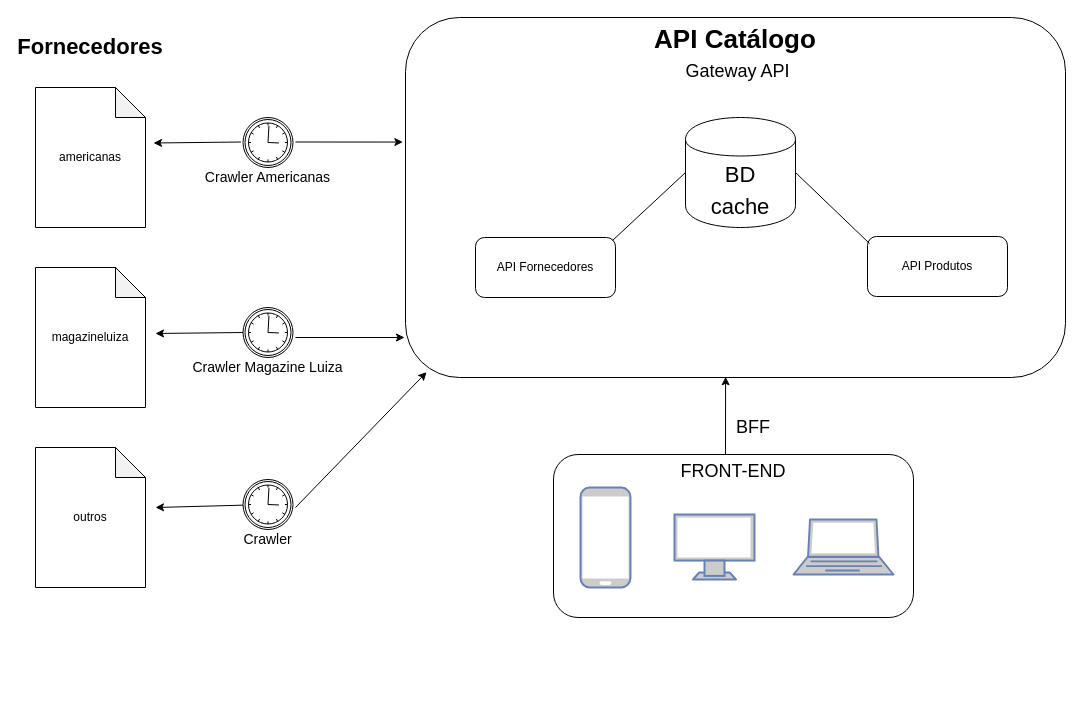
Earlier version of the draw.io diagram page "API Catálogo" (2 of 3) of doc/sistema-drop-shipping-com-gateway.drawio (caiosduarte/aws-montagem-exibicao-catalogo). Source tidied: cells renumbered, new cells numbered last; positions are measured from the earlier drawing's top-left corner, leaving out a move shared by most shapes. Both pictures are drawn from the tidied source at 100%, with x=0, y=0 at pixel (35, 17).
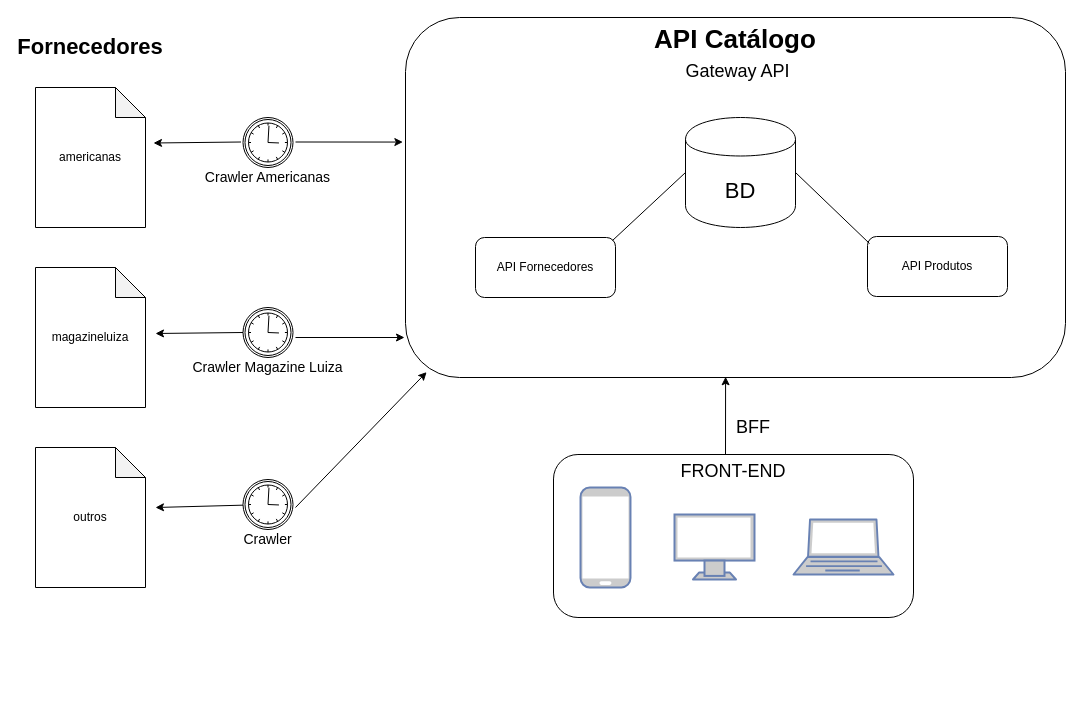
Above is the later version.

Change to the diagram source:
```diff
@@
-    <mxCell id="3" value="&lt;font style=&quot;font-size: 22px&quot;&gt;BD&lt;br&gt;cache&lt;/font&gt;" style="shape=cylinder;whiteSpace=wrap;html=1;boundedLbl=1;backgroundOutline=1;fillColor=none;fontSize=26;fontColor=none;" parent="1" vertex="1">
+    <mxCell id="3" value="&lt;font style=&quot;font-size: 22px&quot;&gt;BD&lt;/font&gt;" style="shape=cylinder;whiteSpace=wrap;html=1;boundedLbl=1;backgroundOutline=1;fillColor=none;fontSize=26;fontColor=none;" parent="1" vertex="1">
       <mxGeometry x="650" y="100" width="110" height="110" as="geometry" />
     </mxCell>
```
